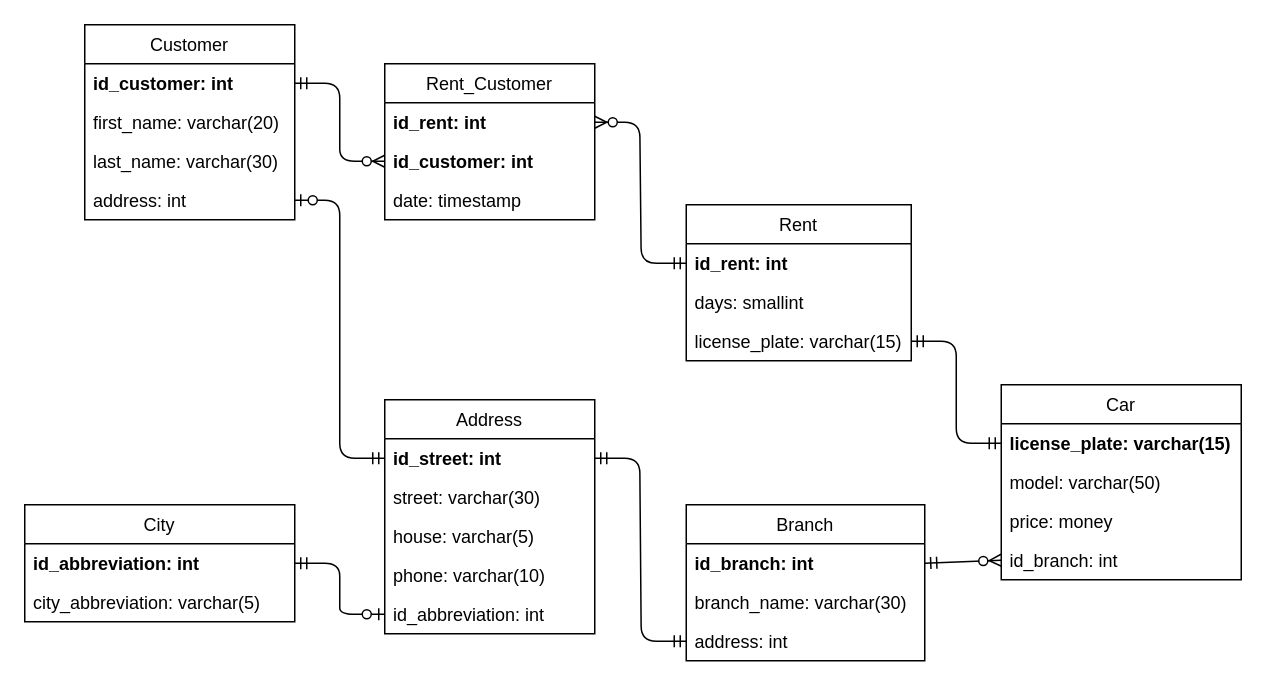
yuliia-mykhailova/python-education keeps this draw.io diagram as db_normalization/car_rent_er_diagram.drawio. Above is the earlier version. Source tidied: cells renumbered, new cells numbered last; positions are measured from the earlier drawing's top-left corner, leaving out a move shared by most shapes. Both pictures are drawn from the tidied source at 150%, with x=0, y=0 at pixel (24, 24).
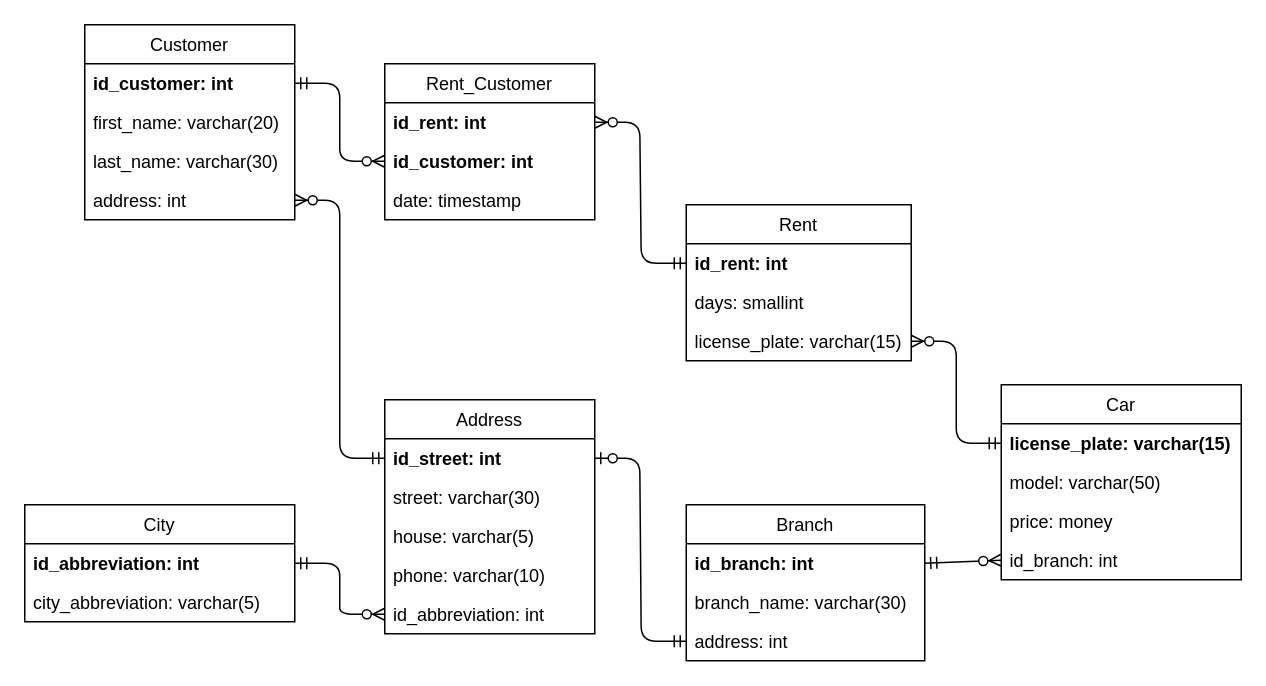
Above is the later version.

Commit message:
Fixed relations between essences

The change refers to these unchanged cells:
```xml
<mxCell id="6" value="address: int" style="text;strokeColor=none;fillColor=none;align=left;verticalAlign=top;spacingLeft=4;spacingRight=4;overflow=hidden;points=[[0,0.5],[1,0.5]];portConstraint=eastwest;" parent="2" vertex="1">
  <mxGeometry y="104" width="140" height="26" as="geometry" />
</mxCell>
<mxCell id="8" value="license_plate: varchar(15)" style="text;strokeColor=none;fillColor=none;align=left;verticalAlign=top;spacingLeft=4;spacingRight=4;overflow=hidden;points=[[0,0.5],[1,0.5]];portConstraint=eastwest;fontStyle=1;" parent="7" vertex="1">
  <mxGeometry y="26" width="160" height="26" as="geometry" />
</mxCell>
<mxCell id="15" value="address: int" style="text;strokeColor=none;fillColor=none;align=left;verticalAlign=top;spacingLeft=4;spacingRight=4;overflow=hidden;points=[[0,0.5],[1,0.5]];portConstraint=eastwest;" parent="12" vertex="1">
  <mxGeometry y="78" width="159" height="26" as="geometry" />
</mxCell>
<mxCell id="17" value="id_street: int" style="text;strokeColor=none;fillColor=none;align=left;verticalAlign=top;spacingLeft=4;spacingRight=4;overflow=hidden;points=[[0,0.5],[1,0.5]];portConstraint=eastwest;fontStyle=1;" parent="16" vertex="1">
  <mxGeometry y="26" width="140" height="26" as="geometry" />
</mxCell>
<mxCell id="21" value="id_abbreviation: int" style="text;strokeColor=none;fillColor=none;align=left;verticalAlign=top;spacingLeft=4;spacingRight=4;overflow=hidden;points=[[0,0.5],[1,0.5]];portConstraint=eastwest;" parent="16" vertex="1">
  <mxGeometry y="130" width="140" height="26" as="geometry" />
</mxCell>
<mxCell id="23" value="id_abbreviation: int" style="text;strokeColor=none;fillColor=none;align=left;verticalAlign=top;spacingLeft=4;spacingRight=4;overflow=hidden;points=[[0,0.5],[1,0.5]];portConstraint=eastwest;fontStyle=1;" parent="22" vertex="1">
  <mxGeometry y="26" width="180" height="26" as="geometry" />
</mxCell>
<mxCell id="32" value="license_plate: varchar(15)" style="text;strokeColor=none;fillColor=none;align=left;verticalAlign=top;spacingLeft=4;spacingRight=4;overflow=hidden;points=[[0,0.5],[1,0.5]];portConstraint=eastwest;" parent="29" vertex="1">
  <mxGeometry y="78" width="150" height="26" as="geometry" />
</mxCell>
```

What changed in the source:
```diff
@@
-    <mxCell id="35" style="edgeStyle=entityRelationEdgeStyle;fontSize=12;html=1;endArrow=ERmandOne;startArrow=ERmandOne;entryX=1;entryY=0.5;entryDx=0;entryDy=0;exitX=0;exitY=0.5;exitDx=0;exitDy=0;" parent="1" edge="1" source="8" target="32">
+    <mxCell id="35" style="edgeStyle=entityRelationEdgeStyle;fontSize=12;html=1;endArrow=ERzeroToMany;startArrow=ERmandOne;entryX=1;entryY=0.5;entryDx=0;entryDy=0;exitX=0;exitY=0.5;exitDx=0;exitDy=0;endFill=1;" parent="1" edge="1" source="8" target="32">
       <mxGeometry relative="1" as="geometry" />
     </mxCell>
@@
-    <mxCell id="37" style="edgeStyle=entityRelationEdgeStyle;fontSize=12;html=1;endArrow=ERmandOne;startArrow=ERmandOne;entryX=1;entryY=0.5;entryDx=0;entryDy=0;exitX=0;exitY=0.5;exitDx=0;exitDy=0;" parent="1" edge="1" source="15" target="17">
+    <mxCell id="37" style="edgeStyle=entityRelationEdgeStyle;fontSize=12;html=1;endArrow=ERzeroToOne;startArrow=ERmandOne;entryX=1;entryY=0.5;entryDx=0;entryDy=0;exitX=0;exitY=0.5;exitDx=0;exitDy=0;startFill=0;endFill=1;" parent="1" edge="1" source="15" target="17">
       <mxGeometry relative="1" as="geometry" />
     </mxCell>
-    <mxCell id="38" style="edgeStyle=entityRelationEdgeStyle;fontSize=12;html=1;endArrow=ERzeroToOne;startArrow=ERmandOne;entryX=1;entryY=0.5;entryDx=0;entryDy=0;exitX=0;exitY=0.5;exitDx=0;exitDy=0;" parent="1" edge="1" source="17" target="6">
+    <mxCell id="38" style="edgeStyle=entityRelationEdgeStyle;fontSize=12;html=1;endArrow=ERzeroToMany;startArrow=ERmandOne;entryX=1;entryY=0.5;entryDx=0;entryDy=0;exitX=0;exitY=0.5;exitDx=0;exitDy=0;endFill=1;" parent="1" edge="1" source="17" target="6">
       <mxGeometry relative="1" as="geometry" />
     </mxCell>
-    <mxCell id="39" style="edgeStyle=entityRelationEdgeStyle;fontSize=12;html=1;endArrow=ERzeroToOne;startArrow=ERmandOne;entryX=0;entryY=0.5;entryDx=0;entryDy=0;exitX=1;exitY=0.5;exitDx=0;exitDy=0;" parent="1" edge="1" source="23" target="21">
+    <mxCell id="39" style="edgeStyle=entityRelationEdgeStyle;fontSize=12;html=1;endArrow=ERzeroToMany;startArrow=ERmandOne;entryX=0;entryY=0.5;entryDx=0;entryDy=0;exitX=1;exitY=0.5;exitDx=0;exitDy=0;endFill=1;" parent="1" edge="1" source="23" target="21">
       <mxGeometry relative="1" as="geometry" />
     </mxCell>
```
